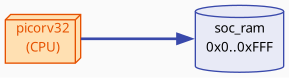
risapav/fpga_soc keeps this Graphviz diagram as examples/blink_test_02/gen/doc/soc_graph.png. Above is the earlier version. Its source is kept beside it as examples/blink_test_02/gen/doc/soc_graph.dot. Source of this version:
```dot
digraph soc {
  graph [rankdir=LR fontname="Helvetica" bgcolor="#fafafa"
         label="" splines=ortho nodesep=0.6 ranksep=1.2];
  node  [fontname="Helvetica" fontsize=10];
  edge  [fontname="Helvetica" fontsize=9];

  cpu [label="picorv32\n(CPU)" shape=box3d
       style=filled fillcolor="#ffe0b2" color="#e65100" fontcolor="#e65100"];

  ram [label="soc_ram\n0x0..0xFFF"
       shape=cylinder style=filled fillcolor="#e8eaf6" color="#3949ab"];

  cpu -> ram [color="#3949ab" penwidth=2];




}
```
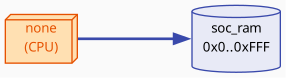
Above is the later version.

The edit, as a diff of the source:
```diff
@@ -4,7 +4,7 @@
   node  [fontname="Helvetica" fontsize=10];
   edge  [fontname="Helvetica" fontsize=9];
 
-  cpu [label="picorv32\n(CPU)" shape=box3d
+  cpu [label="none\n(CPU)" shape=box3d
        style=filled fillcolor="#ffe0b2" color="#e65100" fontcolor="#e65100"];
 
   ram [label="soc_ram\n0x0..0xFFF"
```
